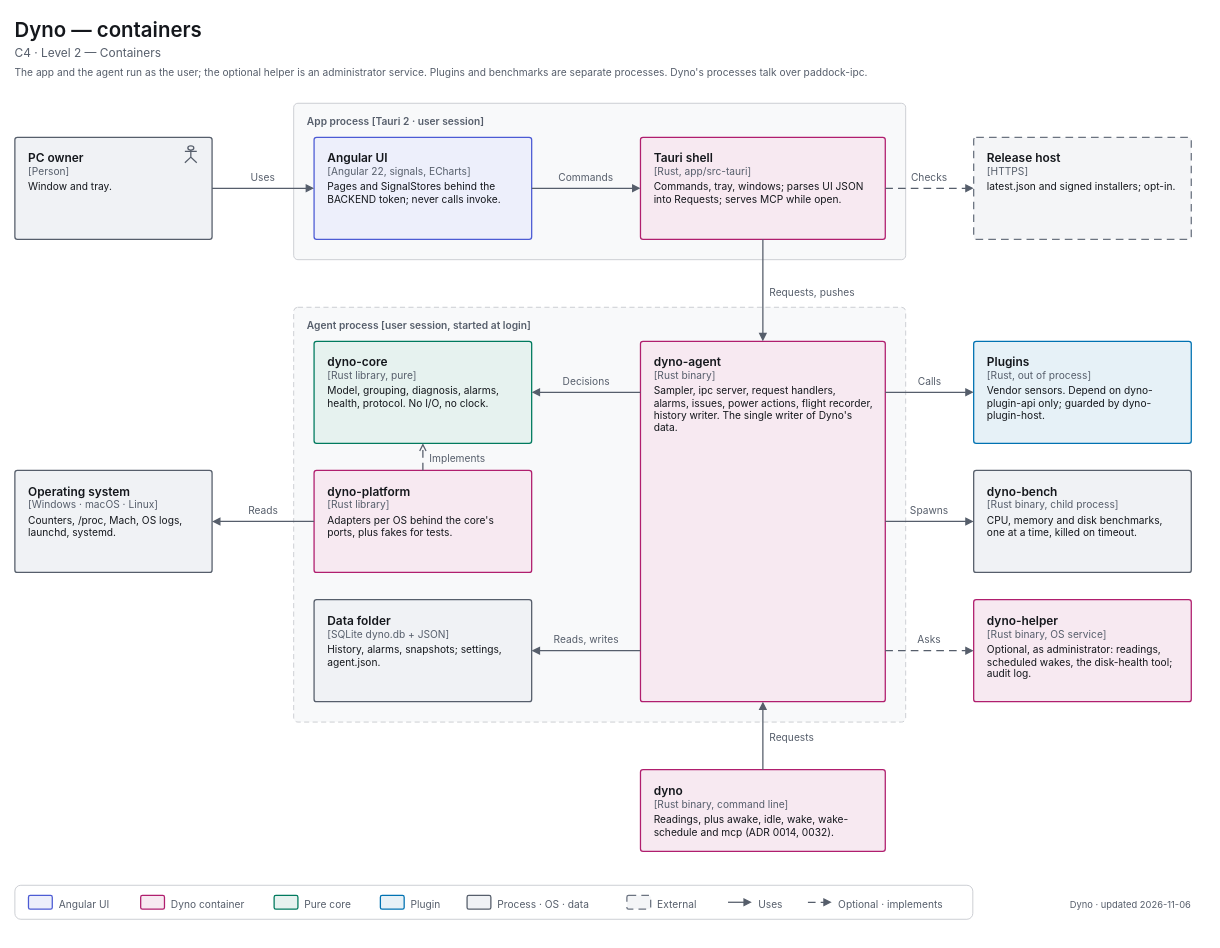
Above: apps/dyno/diagrams/c4-2-containers.drawio in decryp7/paddock (draw.io), before the change. Source tidied: cells renumbered, new cells numbered last; positions are measured from the earlier drawing's top-left corner, leaving out a move shared by most shapes. Both pictures are drawn from the tidied source at 85%, with x=0, y=0 at pixel (14, 14).
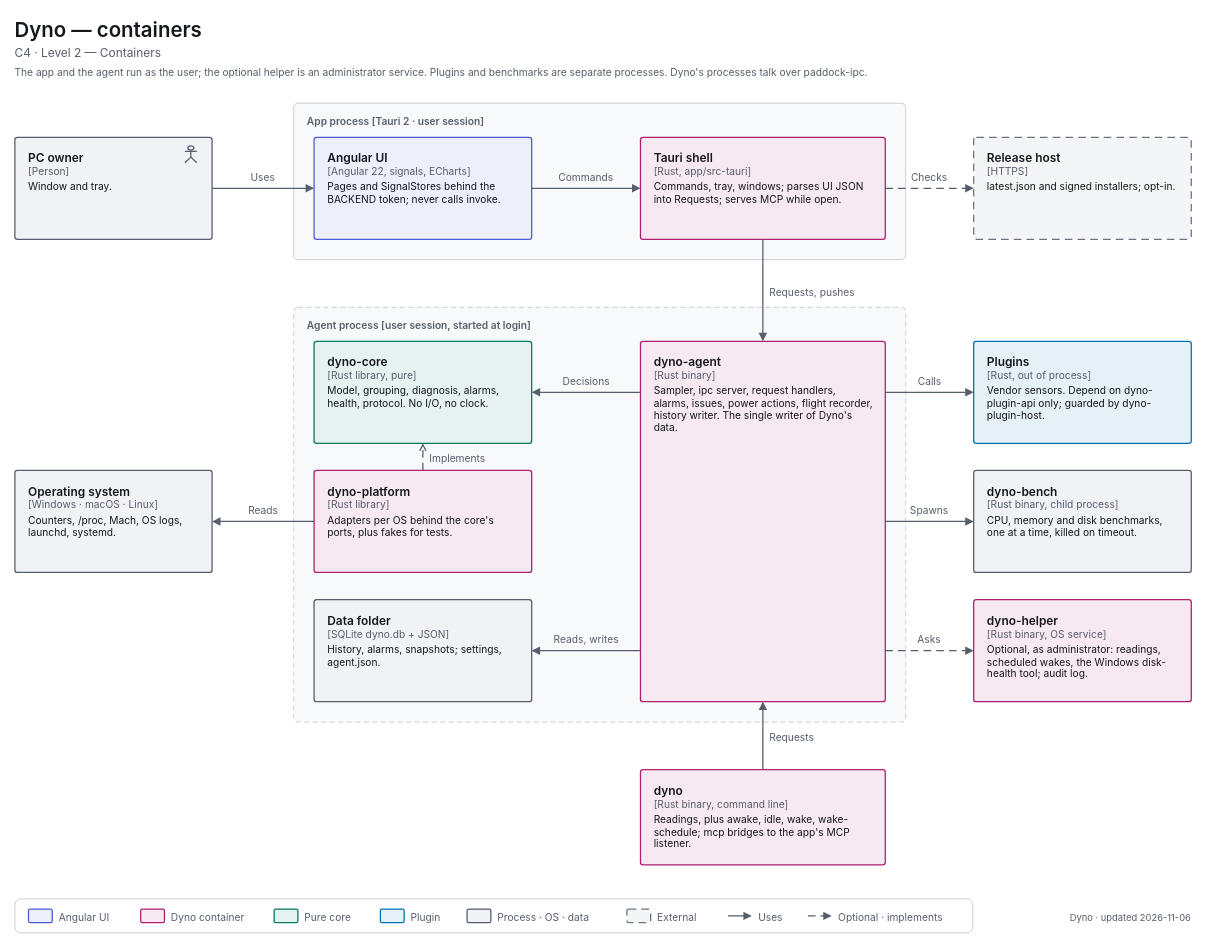
The same diagram, later.

What changed in the source:
```diff
@@
-    <mxCell id="19" value="&lt;span style=&quot;font-size:14px;font-weight:600&quot;&gt;dyno-helper&lt;/span&gt;&lt;br&gt;&lt;span style=&quot;font-size:12px;color:light-dark(#565E6B,#A0A7B2)&quot;&gt;[Rust binary, OS service]&lt;/span&gt;&lt;br&gt;&lt;div style=&quot;margin-top:4px;font-size:12px&quot;&gt;Optional, as administrator: readings, scheduled wakes, the disk-health tool; audit log.&lt;/div&gt;" style="html=1;whiteSpace=wrap;fontFamily=-apple-system,BlinkMacSystemFont,Segoe UI,system-ui,sans-serif;fontSize=12;fontColor=light-dark(#14171C,#ECEEF1);rounded=1;absoluteArcSize=1;arcSize=6;strokeWidth=1.5;strokeColor=light-dark(#B01E6E,#F063A8);fillColor=light-dark(#F7E9F1,#382332);align=left;verticalAlign=top;spacingLeft=14;spacingRight=14;spacingTop=10;spacingBottom=8;" parent="1" vertex="1">
+    <mxCell id="19" value="&lt;span style=&quot;font-size:14px;font-weight:600&quot;&gt;dyno-helper&lt;/span&gt;&lt;br&gt;&lt;span style=&quot;font-size:12px;color:light-dark(#565E6B,#A0A7B2)&quot;&gt;[Rust binary, OS service]&lt;/span&gt;&lt;br&gt;&lt;div style=&quot;margin-top:4px;font-size:12px&quot;&gt;Optional, as administrator: readings, scheduled wakes, the Windows disk-health tool; audit log.&lt;/div&gt;" style="html=1;whiteSpace=wrap;fontFamily=-apple-system,BlinkMacSystemFont,Segoe UI,system-ui,sans-serif;fontSize=12;fontColor=light-dark(#14171C,#ECEEF1);rounded=1;absoluteArcSize=1;arcSize=6;strokeWidth=1.5;strokeColor=light-dark(#B01E6E,#F063A8);fillColor=light-dark(#F7E9F1,#382332);align=left;verticalAlign=top;spacingLeft=14;spacingRight=14;spacingTop=10;spacingBottom=8;" parent="1" vertex="1">
       <mxGeometry x="1128" y="688" width="256" height="120" as="geometry" />
     </mxCell>
-    <mxCell id="20" value="&lt;span style=&quot;font-size:14px;font-weight:600&quot;&gt;dyno&lt;/span&gt;&lt;br&gt;&lt;span style=&quot;font-size:12px;color:light-dark(#565E6B,#A0A7B2)&quot;&gt;[Rust binary, command line]&lt;/span&gt;&lt;br&gt;&lt;div style=&quot;margin-top:4px;font-size:12px&quot;&gt;Readings, plus awake, idle, wake, wake-schedule and mcp (ADR 0014, 0032).&lt;/div&gt;" style="html=1;whiteSpace=wrap;fontFamily=-apple-system,BlinkMacSystemFont,Segoe UI,system-ui,sans-serif;fontSize=12;fontColor=light-dark(#14171C,#ECEEF1);rounded=1;absoluteArcSize=1;arcSize=6;strokeWidth=1.5;strokeColor=light-dark(#B01E6E,#F063A8);fillColor=light-dark(#F7E9F1,#382332);align=left;verticalAlign=top;spacingLeft=14;spacingRight=14;spacingTop=10;spacingBottom=8;" parent="1" vertex="1">
-      <mxGeometry x="736" y="888" width="288" height="96" as="geometry" />
+    <mxCell id="20" value="&lt;span style=&quot;font-size:14px;font-weight:600&quot;&gt;dyno&lt;/span&gt;&lt;br&gt;&lt;span style=&quot;font-size:12px;color:light-dark(#565E6B,#A0A7B2)&quot;&gt;[Rust binary, command line]&lt;/span&gt;&lt;br&gt;&lt;div style=&quot;margin-top:4px;font-size:12px&quot;&gt;Readings, plus awake, idle, wake, wake-schedule; mcp bridges to the app's MCP listener.&lt;/div&gt;" style="html=1;whiteSpace=wrap;fontFamily=-apple-system,BlinkMacSystemFont,Segoe UI,system-ui,sans-serif;fontSize=12;fontColor=light-dark(#14171C,#ECEEF1);rounded=1;absoluteArcSize=1;arcSize=6;strokeWidth=1.5;strokeColor=light-dark(#B01E6E,#F063A8);fillColor=light-dark(#F7E9F1,#382332);align=left;verticalAlign=top;spacingLeft=14;spacingRight=14;spacingTop=10;spacingBottom=8;" parent="1" vertex="1">
+      <mxGeometry x="736" y="888" width="288" height="112" as="geometry" />
     </mxCell>
@@
     <mxCell id="45" style="rounded=1;absoluteArcSize=1;arcSize=14;strokeWidth=1;strokeColor=light-dark(#C4C7CD,#353A42);fillColor=none;" parent="1" vertex="1">
-      <mxGeometry y="1024" width="1127" height="40" as="geometry" />
+      <mxGeometry y="1040" width="1127" height="40" as="geometry" />
     </mxCell>
     <mxCell id="46" style="rounded=1;absoluteArcSize=1;arcSize=4;strokeWidth=1.5;strokeColor=light-dark(#4C5BD4,#8FA3FF);fillColor=light-dark(#EDEFFB,#292D3F);" parent="1" vertex="1">
-      <mxGeometry x="16" y="1036" width="28" height="16" as="geometry" />
+      <mxGeometry x="16" y="1052" width="28" height="16" as="geometry" />
     </mxCell>
     <mxCell id="47" value="&lt;span style=&quot;font-size:12px;font-weight:400&quot;&gt;Angular UI&lt;/span&gt;" style="html=1;whiteSpace=wrap;fontFamily=-apple-system,BlinkMacSystemFont,Segoe UI,system-ui,sans-serif;fontSize=12;fontColor=light-dark(#14171C,#ECEEF1);text;strokeColor=none;fillColor=none;align=left;verticalAlign=top;spacing=0;fontColor=light-dark(#565E6B,#A0A7B2);" parent="1" vertex="1">
-      <mxGeometry x="52" y="1035" width="72" height="18" as="geometry" />
+      <mxGeometry x="52" y="1051" width="72" height="18" as="geometry" />
     </mxCell>
     <mxCell id="48" style="rounded=1;absoluteArcSize=1;arcSize=4;strokeWidth=1.5;strokeColor=light-dark(#B01E6E,#F063A8);fillColor=light-dark(#F7E9F1,#382332);" parent="1" vertex="1">
-      <mxGeometry x="148" y="1036" width="28" height="16" as="geometry" />
+      <mxGeometry x="148" y="1052" width="28" height="16" as="geometry" />
     </mxCell>
     <mxCell id="49" value="&lt;span style=&quot;font-size:12px;font-weight:400&quot;&gt;Dyno container&lt;/span&gt;" style="html=1;whiteSpace=wrap;fontFamily=-apple-system,BlinkMacSystemFont,Segoe UI,system-ui,sans-serif;fontSize=12;fontColor=light-dark(#14171C,#ECEEF1);text;strokeColor=none;fillColor=none;align=left;verticalAlign=top;spacing=0;fontColor=light-dark(#565E6B,#A0A7B2);" parent="1" vertex="1">
-      <mxGeometry x="184" y="1035" width="97" height="18" as="geometry" />
+      <mxGeometry x="184" y="1051" width="97" height="18" as="geometry" />
     </mxCell>
     <mxCell id="50" style="rounded=1;absoluteArcSize=1;arcSize=4;strokeWidth=1.5;strokeColor=light-dark(#007A5E,#2EC4A0);fillColor=light-dark(#E6F2EF,#193330);" parent="1" vertex="1">
-      <mxGeometry x="305" y="1036" width="28" height="16" as="geometry" />
+      <mxGeometry x="305" y="1052" width="28" height="16" as="geometry" />
     </mxCell>
     <mxCell id="51" value="&lt;span style=&quot;font-size:12px;font-weight:400&quot;&gt;Pure core&lt;/span&gt;" style="html=1;whiteSpace=wrap;fontFamily=-apple-system,BlinkMacSystemFont,Segoe UI,system-ui,sans-serif;fontSize=12;fontColor=light-dark(#14171C,#ECEEF1);text;strokeColor=none;fillColor=none;align=left;verticalAlign=top;spacing=0;fontColor=light-dark(#565E6B,#A0A7B2);" parent="1" vertex="1">
-      <mxGeometry x="341" y="1035" width="65" height="18" as="geometry" />
+      <mxGeometry x="341" y="1051" width="65" height="18" as="geometry" />
     </mxCell>
     <mxCell id="52" style="rounded=1;absoluteArcSize=1;arcSize=4;strokeWidth=1.5;strokeColor=light-dark(#0072B2,#56B4E9);fillColor=light-dark(#E6F1F7,#1F303C);" parent="1" vertex="1">
-      <mxGeometry x="430" y="1036" width="28" height="16" as="geometry" />
+      <mxGeometry x="430" y="1052" width="28" height="16" as="geometry" />
     </mxCell>
     <mxCell id="53" value="&lt;span style=&quot;font-size:12px;font-weight:400&quot;&gt;Plugin&lt;/span&gt;" style="html=1;whiteSpace=wrap;fontFamily=-apple-system,BlinkMacSystemFont,Segoe UI,system-ui,sans-serif;fontSize=12;fontColor=light-dark(#14171C,#ECEEF1);text;strokeColor=none;fillColor=none;align=left;verticalAlign=top;spacing=0;fontColor=light-dark(#565E6B,#A0A7B2);" parent="1" vertex="1">
-      <mxGeometry x="466" y="1035" width="42" height="18" as="geometry" />
+      <mxGeometry x="466" y="1051" width="42" height="18" as="geometry" />
     </mxCell>
     <mxCell id="54" style="rounded=1;absoluteArcSize=1;arcSize=4;strokeWidth=1.5;strokeColor=light-dark(#565E6B,#A0A7B2);fillColor=light-dark(#F0F2F5,#1B1E23);" parent="1" vertex="1">
-      <mxGeometry x="532" y="1036" width="28" height="16" as="geometry" />
+      <mxGeometry x="532" y="1052" width="28" height="16" as="geometry" />
     </mxCell>
     <mxCell id="55" value="&lt;span style=&quot;font-size:12px;font-weight:400&quot;&gt;Process · OS · data&lt;/span&gt;" style="html=1;whiteSpace=wrap;fontFamily=-apple-system,BlinkMacSystemFont,Segoe UI,system-ui,sans-serif;fontSize=12;fontColor=light-dark(#14171C,#ECEEF1);text;strokeColor=none;fillColor=none;align=left;verticalAlign=top;spacing=0;fontColor=light-dark(#565E6B,#A0A7B2);" parent="1" vertex="1">
-      <mxGeometry x="568" y="1035" width="128" height="18" as="geometry" />
+      <mxGeometry x="568" y="1051" width="128" height="18" as="geometry" />
     </mxCell>
     <mxCell id="56" style="rounded=1;absoluteArcSize=1;arcSize=4;strokeWidth=1.5;strokeColor=light-dark(#6B7380,#7F8794);fillColor=light-dark(#F4F5F7,#17191E);dashed=1;dashPattern=6 4;" parent="1" vertex="1">
-      <mxGeometry x="720" y="1036" width="28" height="16" as="geometry" />
+      <mxGeometry x="720" y="1052" width="28" height="16" as="geometry" />
     </mxCell>
     <mxCell id="57" value="&lt;span style=&quot;font-size:12px;font-weight:400&quot;&gt;External&lt;/span&gt;" style="html=1;whiteSpace=wrap;fontFamily=-apple-system,BlinkMacSystemFont,Segoe UI,system-ui,sans-serif;fontSize=12;fontColor=light-dark(#14171C,#ECEEF1);text;strokeColor=none;fillColor=none;align=left;verticalAlign=top;spacing=0;fontColor=light-dark(#565E6B,#A0A7B2);" parent="1" vertex="1">
-      <mxGeometry x="756" y="1035" width="59" height="18" as="geometry" />
+      <mxGeometry x="756" y="1051" width="59" height="18" as="geometry" />
     </mxCell>
     <mxCell id="58" style="edgeStyle=none;rounded=1;html=1;strokeWidth=1.5;strokeColor=light-dark(#565E6B,#A0A7B2);endArrow=block;endFill=1;endSize=6;" parent="1" edge="1">
       <mxGeometry relative="1" as="geometry">
-        <mxPoint x="839" y="1044" as="sourcePoint" />
-        <mxPoint x="867" y="1044" as="targetPoint" />
+        <mxPoint x="839" y="1060" as="sourcePoint" />
+        <mxPoint x="867" y="1060" as="targetPoint" />
       </mxGeometry>
     </mxCell>
     <mxCell id="59" value="&lt;span style=&quot;font-size:12px;font-weight:400&quot;&gt;Uses&lt;/span&gt;" style="html=1;whiteSpace=wrap;fontFamily=-apple-system,BlinkMacSystemFont,Segoe UI,system-ui,sans-serif;fontSize=12;fontColor=light-dark(#14171C,#ECEEF1);text;strokeColor=none;fillColor=none;align=left;verticalAlign=top;spacing=0;fontColor=light-dark(#565E6B,#A0A7B2);" parent="1" vertex="1">
-      <mxGeometry x="875" y="1035" width="34" height="18" as="geometry" />
+      <mxGeometry x="875" y="1051" width="34" height="18" as="geometry" />
     </mxCell>
     <mxCell id="60" style="edgeStyle=none;rounded=1;html=1;strokeWidth=1.5;strokeColor=light-dark(#565E6B,#A0A7B2);endArrow=block;endFill=1;endSize=6;dashed=1;dashPattern=6 4;" parent="1" edge="1">
       <mxGeometry relative="1" as="geometry">
-        <mxPoint x="933" y="1044" as="sourcePoint" />
-        <mxPoint x="961" y="1044" as="targetPoint" />
+        <mxPoint x="933" y="1060" as="sourcePoint" />
+        <mxPoint x="961" y="1060" as="targetPoint" />
       </mxGeometry>
     </mxCell>
     <mxCell id="61" value="&lt;span style=&quot;font-size:12px;font-weight:400&quot;&gt;Optional · implements&lt;/span&gt;" style="html=1;whiteSpace=wrap;fontFamily=-apple-system,BlinkMacSystemFont,Segoe UI,system-ui,sans-serif;fontSize=12;fontColor=light-dark(#14171C,#ECEEF1);text;strokeColor=none;fillColor=none;align=left;verticalAlign=top;spacing=0;fontColor=light-dark(#565E6B,#A0A7B2);" parent="1" vertex="1">
-      <mxGeometry x="969" y="1035" width="142" height="18" as="geometry" />
+      <mxGeometry x="969" y="1051" width="142" height="18" as="geometry" />
     </mxCell>
     <mxCell id="62" value="&lt;span style=&quot;font-size:11px;font-weight:400&quot;&gt;Dyno · updated 2026-11-06&lt;/span&gt;" style="html=1;whiteSpace=wrap;fontFamily=-apple-system,BlinkMacSystemFont,Segoe UI,system-ui,sans-serif;fontSize=12;fontColor=light-dark(#14171C,#ECEEF1);text;strokeColor=none;fillColor=none;align=right;verticalAlign=top;spacing=0;fontColor=light-dark(#565E6B,#A0A7B2);" parent="1" vertex="1">
-      <mxGeometry x="1024" y="1035" width="360" height="18" as="geometry" />
+      <mxGeometry x="1024" y="1051" width="360" height="18" as="geometry" />
     </mxCell>
```
